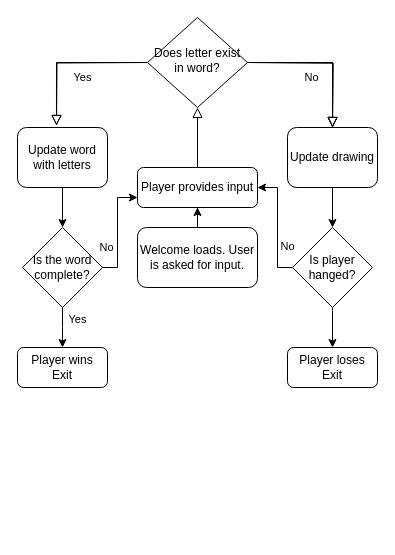
The draw.io diagram page "Page-1" (1 of 2) of Untitled Diagram.drawio in Tenkeskap/hangman, before the edit. Source tidied: cells renumbered, new cells numbered last; positions are measured from the earlier drawing's top-left corner, leaving out a move shared by most shapes. Both pictures are drawn from the tidied source at 100%, with x=0, y=0 at pixel (17, 17).
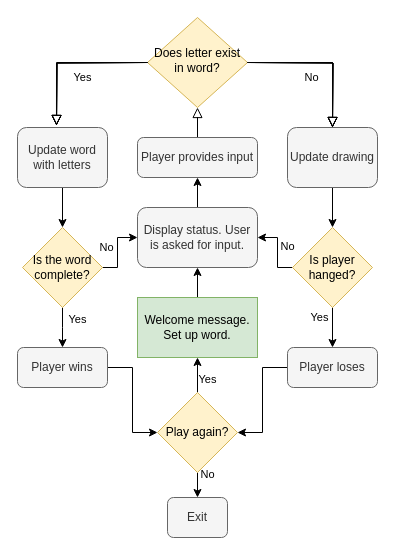
Above is the later version.

What changed in the source:
```diff
@@
-    <mxCell id="3" value="Player provides input" style="rounded=1;whiteSpace=wrap;html=1;fontSize=12;glass=0;strokeWidth=1;shadow=0;" parent="1" vertex="1">
-      <mxGeometry x="120" y="150" width="120" height="40" as="geometry" />
+    <mxCell id="3" value="Player provides input" style="rounded=1;whiteSpace=wrap;html=1;fontSize=12;glass=0;strokeWidth=1;shadow=0;fillColor=#f5f5f5;strokeColor=#666666;fontColor=#333333;" parent="1" vertex="1">
+      <mxGeometry x="120" y="120" width="120" height="40" as="geometry" />
     </mxCell>
@@
-    <mxCell id="6" value="Does letter exist in word?" style="rhombus;whiteSpace=wrap;html=1;shadow=0;fontFamily=Helvetica;fontSize=12;align=center;strokeWidth=1;spacing=6;spacingTop=-4;" parent="1" vertex="1">
+    <mxCell id="6" value="Does letter exist in word?" style="rhombus;whiteSpace=wrap;html=1;shadow=0;fontFamily=Helvetica;fontSize=12;align=center;strokeWidth=1;spacing=6;spacingTop=-4;fillColor=#fff2cc;strokeColor=#d6b656;" parent="1" vertex="1">
       <mxGeometry x="130" width="100" height="90" as="geometry" />
     </mxCell>
@@
-    <mxCell id="8" value="Update drawing" style="rounded=1;whiteSpace=wrap;html=1;fontSize=12;glass=0;strokeWidth=1;shadow=0;" parent="1" vertex="1">
+    <mxCell id="8" value="Update drawing" style="rounded=1;whiteSpace=wrap;html=1;fontSize=12;glass=0;strokeWidth=1;shadow=0;fillColor=#f5f5f5;strokeColor=#666666;fontColor=#333333;" parent="1" vertex="1">
       <mxGeometry x="270" y="110" width="90" height="60" as="geometry" />
     </mxCell>
@@
-    <mxCell id="10" value="Welcome loads. User is asked for input." style="whiteSpace=wrap;html=1;rounded=1;shadow=0;strokeWidth=1;glass=0;" parent="1" vertex="1">
-      <mxGeometry x="120" y="210" width="120" height="60" as="geometry" />
+    <mxCell id="10" value="Display status. User is asked for input." style="whiteSpace=wrap;html=1;rounded=1;shadow=0;strokeWidth=1;glass=0;fillColor=#f5f5f5;strokeColor=#666666;fontColor=#333333;" parent="1" vertex="1">
+      <mxGeometry x="120" y="190" width="120" height="60" as="geometry" />
     </mxCell>
@@
-    <mxCell id="12" value="Update word with letters" style="rounded=1;whiteSpace=wrap;html=1;" parent="1" vertex="1">
+    <mxCell id="12" value="Update word with letters" style="rounded=1;whiteSpace=wrap;html=1;fillColor=#f5f5f5;strokeColor=#666666;fontColor=#333333;" parent="1" vertex="1">
       <mxGeometry y="110" width="90" height="60" as="geometry" />
     </mxCell>
@@
-    <mxCell id="14" style="edgeStyle=orthogonalEdgeStyle;rounded=0;jettySize=auto;html=1;entryX=0;entryY=0.75;entryDx=0;entryDy=0;" parent="1" edge="1" source="15" target="3">
+    <mxCell id="14" style="edgeStyle=orthogonalEdgeStyle;rounded=0;jettySize=auto;html=1;entryX=0;entryY=0.5;entryDx=0;entryDy=0;" parent="1" edge="1" source="15" target="10">
       <mxGeometry relative="1" as="geometry">
         <Array as="points">
           <mxPoint x="100" y="250" />
-          <mxPoint x="100" y="180" />
+          <mxPoint x="100" y="220" />
         </Array>
       </mxGeometry>
     </mxCell>
-    <mxCell id="15" value="Is the word complete?" style="rhombus;whiteSpace=wrap;html=1;" parent="1" vertex="1">
+    <mxCell id="15" value="Is the word complete?" style="rhombus;whiteSpace=wrap;html=1;fillColor=#fff2cc;strokeColor=#d6b656;" parent="1" vertex="1">
       <mxGeometry x="5" y="210" width="80" height="80" as="geometry" />
     </mxCell>
@@
+    <mxCell id="24" style="edgeStyle=orthogonalEdgeStyle;rounded=0;jettySize=auto;html=1;entryX=0;entryY=0.5;entryDx=0;entryDy=0;" parent="1" edge="1" source="18" target="30">
+      <mxGeometry relative="1" as="geometry" />
+    </mxCell>
-    <mxCell id="18" value="&lt;div&gt;Player wins&lt;/div&gt;&lt;div&gt;Exit&lt;br&gt;&lt;/div&gt;" style="rounded=1;whiteSpace=wrap;html=1;" parent="1" vertex="1">
+    <mxCell id="18" value="&lt;div&gt;Player wins&lt;/div&gt;" style="rounded=1;whiteSpace=wrap;html=1;fillColor=#f5f5f5;strokeColor=#666666;fontColor=#333333;" parent="1" vertex="1">
       <mxGeometry y="330" width="90" height="40" as="geometry" />
     </mxCell>
-    <mxCell id="19" style="edgeStyle=orthogonalEdgeStyle;rounded=0;jettySize=auto;html=1;entryX=1;entryY=0.5;entryDx=0;entryDy=0;" parent="1" edge="1" source="21" target="3">
+    <mxCell id="19" style="edgeStyle=orthogonalEdgeStyle;rounded=0;jettySize=auto;html=1;entryX=1;entryY=0.5;entryDx=0;entryDy=0;" parent="1" edge="1" source="21" target="10">
       <mxGeometry relative="1" as="geometry">
         <Array as="points">
           <mxPoint x="260" y="250" />
-          <mxPoint x="260" y="170" />
+          <mxPoint x="260" y="220" />
         </Array>
       </mxGeometry>
     </mxCell>
@@
-    <mxCell id="21" value="Is player hanged?" style="rhombus;whiteSpace=wrap;html=1;" parent="1" vertex="1">
+    <mxCell id="21" value="Is player hanged?" style="rhombus;whiteSpace=wrap;html=1;fillColor=#fff2cc;strokeColor=#d6b656;" parent="1" vertex="1">
       <mxGeometry x="275" y="210" width="80" height="80" as="geometry" />
     </mxCell>
@@
+    <mxCell id="25" style="edgeStyle=orthogonalEdgeStyle;rounded=0;jettySize=auto;html=1;entryX=1;entryY=0.5;entryDx=0;entryDy=0;" parent="1" edge="1" source="23" target="30">
+      <mxGeometry relative="1" as="geometry" />
+    </mxCell>
-    <mxCell id="23" value="&lt;div&gt;Player loses&lt;/div&gt;&lt;div&gt;Exit&lt;br&gt;&lt;/div&gt;" style="rounded=1;whiteSpace=wrap;html=1;" parent="1" vertex="1">
+    <mxCell id="23" value="&lt;div&gt;Player loses&lt;/div&gt;" style="rounded=1;whiteSpace=wrap;html=1;fillColor=#f5f5f5;strokeColor=#666666;fontColor=#333333;" parent="1" vertex="1">
       <mxGeometry x="270" y="330" width="90" height="40" as="geometry" />
     </mxCell>
+    <mxCell id="26" style="edgeStyle=orthogonalEdgeStyle;rounded=0;jettySize=auto;html=1;entryX=0.5;entryY=1;entryDx=0;entryDy=0;" parent="1" edge="1" source="27" target="10">
+      <mxGeometry relative="1" as="geometry" />
+    </mxCell>
+    <mxCell id="27" value="Welcome message. Set up word." style="rounded=0;whiteSpace=wrap;html=1;fillColor=#d5e8d4;strokeColor=#82b366;" parent="1" vertex="1">
+      <mxGeometry x="120" y="280" width="120" height="60" as="geometry" />
+    </mxCell>
+    <mxCell id="28" style="edgeStyle=orthogonalEdgeStyle;rounded=0;jettySize=auto;html=1;" parent="1" edge="1" source="30" target="31">
+      <mxGeometry relative="1" as="geometry" />
+    </mxCell>
+    <mxCell id="29" style="edgeStyle=orthogonalEdgeStyle;rounded=0;jettySize=auto;html=1;entryX=0.5;entryY=1;entryDx=0;entryDy=0;" parent="1" edge="1" source="30" target="27">
+      <mxGeometry relative="1" as="geometry" />
+    </mxCell>
+    <mxCell id="30" value="Play again?" style="rhombus;whiteSpace=wrap;html=1;fillColor=#fff2cc;strokeColor=#d6b656;" parent="1" vertex="1">
+      <mxGeometry x="140" y="375" width="80" height="80" as="geometry" />
+    </mxCell>
+    <mxCell id="31" value="Exit" style="rounded=1;whiteSpace=wrap;html=1;fillColor=#f5f5f5;strokeColor=#666666;fontColor=#333333;" parent="1" vertex="1">
+      <mxGeometry x="150" y="480" width="60" height="40" as="geometry" />
+    </mxCell>
+    <mxCell id="32" value="No" style="edgeStyle=orthogonalEdgeStyle;rounded=0;html=1;jettySize=auto;orthogonalLoop=1;fontSize=11;endArrow=block;endFill=0;endSize=8;strokeWidth=1;shadow=0;labelBackgroundColor=none;" parent="1" edge="1">
+      <mxGeometry x="1" y="-372" relative="1" as="geometry">
+        <mxPoint x="230" y="45" as="sourcePoint" />
+        <mxPoint x="315" y="110" as="targetPoint" />
+        <mxPoint x="247" y="350" as="offset" />
+      </mxGeometry>
+    </mxCell>
+    <mxCell id="33" value="Yes" style="rounded=0;html=1;jettySize=auto;orthogonalLoop=1;fontSize=11;endArrow=block;endFill=0;endSize=8;strokeWidth=1;shadow=0;labelBackgroundColor=none;edgeStyle=orthogonalEdgeStyle;entryX=0.433;entryY=-0.033;entryDx=0;entryDy=0;entryPerimeter=0;" parent="1" edge="1">
+      <mxGeometry x="1" y="294" relative="1" as="geometry">
+        <mxPoint x="130" y="45" as="sourcePoint" />
+        <mxPoint x="39" y="108" as="targetPoint" />
+        <mxPoint x="-143" y="252" as="offset" />
+      </mxGeometry>
+    </mxCell>
+    <mxCell id="34" value="Yes" style="rounded=0;html=1;jettySize=auto;orthogonalLoop=1;fontSize=11;endArrow=block;endFill=0;endSize=8;strokeWidth=1;shadow=0;labelBackgroundColor=none;edgeStyle=orthogonalEdgeStyle;entryX=0.433;entryY=-0.033;entryDx=0;entryDy=0;entryPerimeter=0;" parent="1" edge="1">
+      <mxGeometry x="-1" y="306" relative="1" as="geometry">
+        <mxPoint x="130" y="45" as="sourcePoint" />
+        <mxPoint x="39" y="108" as="targetPoint" />
+        <mxPoint x="170" y="-51" as="offset" />
+      </mxGeometry>
+    </mxCell>
```
